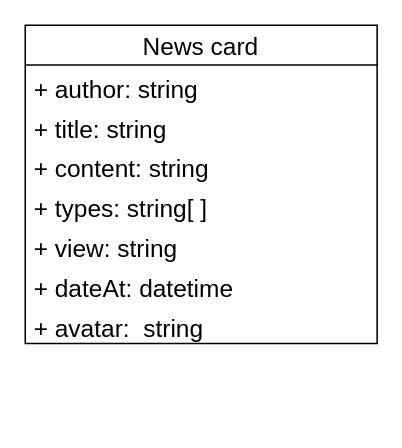
This is src/assets/index.drawio from thng1642/phu-tho-tourist, a draw.io file, before an edit. Source tidied: cells renumbered, new cells numbered last; positions are measured from the earlier drawing's top-left corner, leaving out a move shared by most shapes. Both pictures are drawn from the tidied source at 153%, with x=0, y=0 at pixel (24, 24).
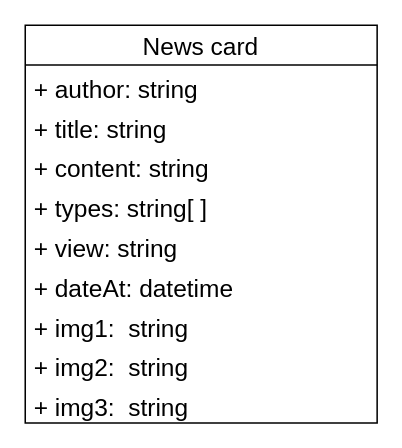
After the change.

The edit, as a diff of the source:
```diff
@@
 <mxGraphModel>
   <root>
     <mxCell id="0" />
     <mxCell id="1" parent="0" />
     <mxCell id="2" value="News card" style="swimlane;fontStyle=0;horizontal=1;startSize=26;fillColor=none;fontSize=16;" parent="1" vertex="1">
-      <mxGeometry width="230" height="208" as="geometry" />
+      <mxGeometry width="230" height="260" as="geometry" />
     </mxCell>
     <mxCell id="3" value="+ author: string" style="text;strokeColor=none;fillColor=none;align=left;verticalAlign=top;spacingLeft=4;spacingRight=4;overflow=hidden;fontSize=16;" parent="2" vertex="1">
       <mxGeometry y="26" width="230" height="26" as="geometry" />
     </mxCell>
     <mxCell id="4" value="+ title: string" style="text;strokeColor=none;fillColor=none;align=left;verticalAlign=top;spacingLeft=4;spacingRight=4;overflow=hidden;fontSize=16;" parent="2" vertex="1">
       <mxGeometry y="52" width="230" height="26" as="geometry" />
     </mxCell>
     <mxCell id="5" value="+ content: string" style="text;strokeColor=none;fillColor=none;align=left;verticalAlign=top;spacingLeft=4;spacingRight=4;overflow=hidden;fontSize=16;" parent="2" vertex="1">
       <mxGeometry y="78" width="230" height="26" as="geometry" />
     </mxCell>
     <mxCell id="6" value="+ types: string[ ]" style="text;strokeColor=none;fillColor=none;align=left;verticalAlign=top;spacingLeft=4;spacingRight=4;overflow=hidden;fontSize=16;" parent="2" vertex="1">
       <mxGeometry y="104" width="230" height="26" as="geometry" />
     </mxCell>
     <mxCell id="7" value="+ view: string" style="text;strokeColor=none;fillColor=none;align=left;verticalAlign=top;spacingLeft=4;spacingRight=4;overflow=hidden;fontSize=16;" parent="2" vertex="1">
       <mxGeometry y="130" width="230" height="26" as="geometry" />
     </mxCell>
     <mxCell id="8" value="+ dateAt: datetime " style="text;strokeColor=none;fillColor=none;align=left;verticalAlign=top;spacingLeft=4;spacingRight=4;overflow=hidden;fontSize=16;" parent="2" vertex="1">
       <mxGeometry y="156" width="230" height="26" as="geometry" />
     </mxCell>
-    <mxCell id="9" value="+ avatar:  string" style="text;strokeColor=none;fillColor=none;align=left;verticalAlign=top;spacingLeft=4;spacingRight=4;overflow=hidden;fontSize=16;" parent="2" vertex="1">
+    <mxCell id="9" value="+ img1:  string" style="text;strokeColor=none;fillColor=none;align=left;verticalAlign=top;spacingLeft=4;spacingRight=4;overflow=hidden;fontSize=16;" parent="2" vertex="1">
       <mxGeometry y="182" width="230" height="26" as="geometry" />
     </mxCell>
+    <mxCell id="10" value="+ img2:  string" style="text;strokeColor=none;fillColor=none;align=left;verticalAlign=top;spacingLeft=4;spacingRight=4;overflow=hidden;fontSize=16;" parent="2" vertex="1">
+      <mxGeometry y="208" width="230" height="26" as="geometry" />
+    </mxCell>
+    <mxCell id="11" value="+ img3:  string" style="text;strokeColor=none;fillColor=none;align=left;verticalAlign=top;spacingLeft=4;spacingRight=4;overflow=hidden;fontSize=16;" parent="2" vertex="1">
+      <mxGeometry y="234" width="230" height="26" as="geometry" />
+    </mxCell>
   </root>
 </mxGraphModel>
```
